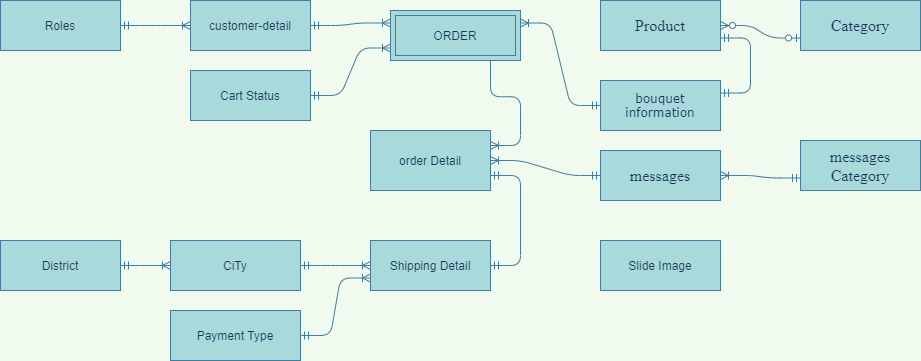
Above: Untitled Diagram.png in maialino123/Eproject-SEM3 (draw.io), before the change. Source tidied: cells renumbered, new cells last; positions are measured from the earlier drawing's top-left corner, leaving out a move shared by most shapes.
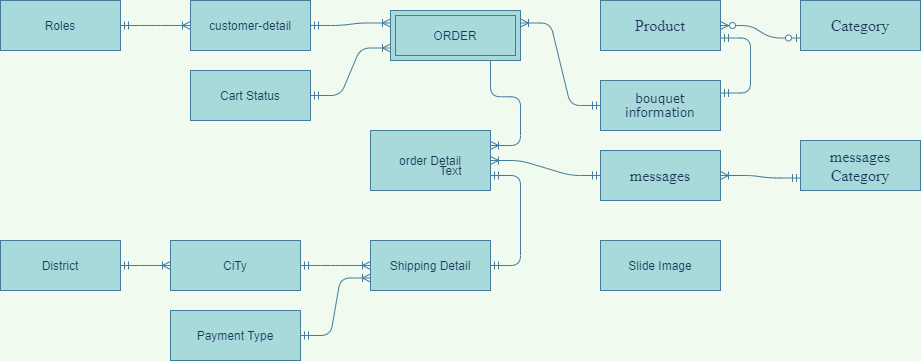
After the change.

Change to the diagram source:
```diff
@@ -86,5 +86,8 @@
     <mxCell id="29" style="edgeStyle=entityRelationEdgeStyle;fontSize=12;html=1;endArrow=ERoneToMany;startArrow=ERmandOne;fontColor=#1D3557;strokeColor=#457B9D;fillColor=#A8DADC;entryX=0;entryY=0.75;entryDx=0;entryDy=0;labelBackgroundColor=#F1FAEE;exitX=1;exitY=0.5;exitDx=0;exitDy=0;" parent="1" edge="1" source="28" target="23">
       <mxGeometry relative="1" as="geometry" />
     </mxCell>
+    <mxCell id="30" value="Text" style="text;html=1;align=center;verticalAlign=middle;fillColor=none;strokeColor=none;rounded=0;sketch=0;fontColor=#1D3557;" parent="1" vertex="1">
+      <mxGeometry x="430" y="160" width="40" height="20" as="geometry" />
+    </mxCell>
   </root>
 </mxGraphModel>
```
